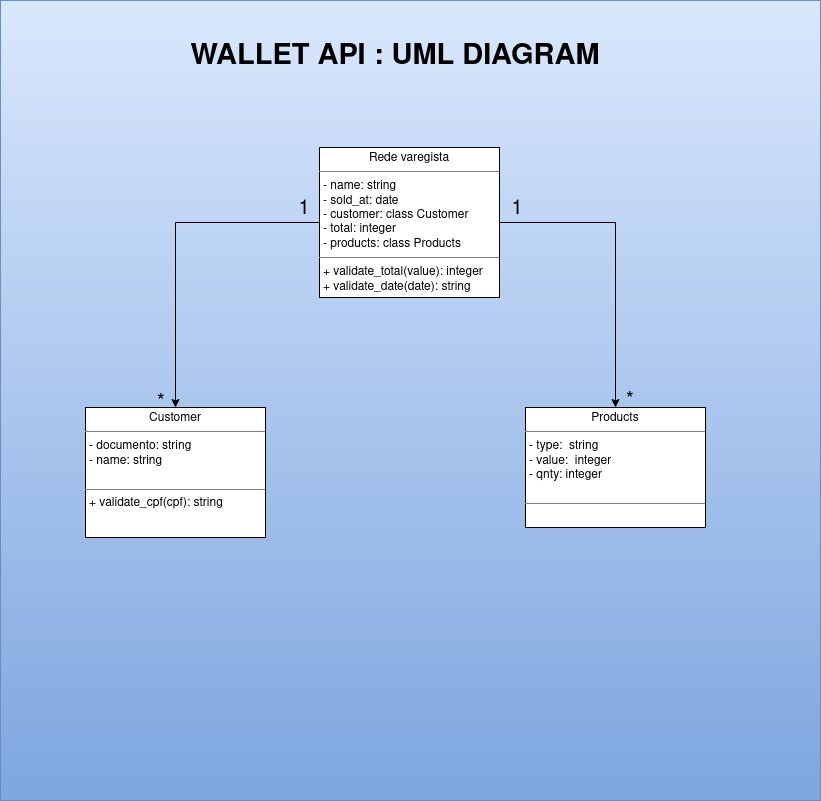
idelfrides/MaisTODOS_wallet_api keeps this draw.io diagram as utils_folder/Wallet_api_UML.png. Above is the earlier version. Source tidied: cells renumbered, new cells last; positions are measured from the earlier drawing's top-left corner, leaving out a move shared by most shapes. Source of this version:
```xml
<mxGraphModel>
  <root>
    <mxCell id="0" />
    <mxCell id="1" parent="0" />
    <mxCell id="2" style="rounded=0;whiteSpace=wrap;html=1;fillColor=#dae8fc;gradientColor=#7ea6e0;strokeColor=#6c8ebf;" parent="1" vertex="1">
      <mxGeometry width="820" height="800" as="geometry" />
    </mxCell>
    <mxCell id="3" style="edgeStyle=orthogonalEdgeStyle;rounded=0;jettySize=auto;html=1;fontSize=36;" parent="1" edge="1" source="5" target="6">
      <mxGeometry relative="1" as="geometry" />
    </mxCell>
    <mxCell id="4" style="edgeStyle=orthogonalEdgeStyle;rounded=0;jettySize=auto;html=1;exitX=1;exitY=0.5;exitDx=0;exitDy=0;fontSize=36;" parent="1" edge="1" source="5" target="7">
      <mxGeometry relative="1" as="geometry" />
    </mxCell>
    <mxCell id="5" value="&lt;p style=&quot;margin: 0px ; margin-top: 4px ; text-align: center&quot;&gt;Rede varegista&lt;/p&gt;&lt;hr size=&quot;1&quot;&gt;&lt;p style=&quot;margin: 0px ; margin-left: 4px&quot;&gt;- name: string&lt;br&gt;&lt;/p&gt;&lt;p style=&quot;margin: 0px ; margin-left: 4px&quot;&gt;- sold_at: date&lt;/p&gt;&lt;p style=&quot;margin: 0px ; margin-left: 4px&quot;&gt;- customer: class Customer&lt;/p&gt;&lt;p style=&quot;margin: 0px ; margin-left: 4px&quot;&gt;- total: integer&lt;/p&gt;&lt;p style=&quot;margin: 0px ; margin-left: 4px&quot;&gt;- products: class Products&lt;/p&gt;&lt;hr size=&quot;1&quot;&gt;&lt;p style=&quot;margin: 0px ; margin-left: 4px&quot;&gt;+ validate_total(value): integer &lt;br&gt;&lt;/p&gt;&lt;p style=&quot;margin: 0px ; margin-left: 4px&quot;&gt;+ validate_date(date): string&lt;br&gt;&lt;/p&gt;" style="verticalAlign=top;align=left;overflow=fill;fontSize=12;fontFamily=Helvetica;html=1;" parent="1" vertex="1">
      <mxGeometry x="319" y="147" width="180" height="150" as="geometry" />
    </mxCell>
    <mxCell id="6" value="&lt;p style=&quot;margin: 0px ; margin-top: 4px ; text-align: center&quot;&gt;Customer&lt;/p&gt;&lt;hr size=&quot;1&quot;&gt;&lt;p style=&quot;margin: 0px ; margin-left: 4px&quot;&gt;- documento: string&lt;br&gt;&lt;/p&gt;&lt;p style=&quot;margin: 0px ; margin-left: 4px&quot;&gt;- name: string&lt;br&gt;&lt;/p&gt;&lt;p style=&quot;margin: 0px ; margin-left: 4px&quot;&gt;&lt;br&gt;&lt;/p&gt;&lt;hr size=&quot;1&quot;&gt;&lt;p style=&quot;margin: 0px ; margin-left: 4px&quot;&gt;+ validate_cpf(cpf): string&lt;/p&gt;" style="verticalAlign=top;align=left;overflow=fill;fontSize=12;fontFamily=Helvetica;html=1;" parent="1" vertex="1">
      <mxGeometry x="85" y="407" width="180" height="130" as="geometry" />
    </mxCell>
    <mxCell id="7" value="&lt;p style=&quot;margin: 0px ; margin-top: 4px ; text-align: center&quot;&gt;Products&lt;/p&gt;&lt;hr size=&quot;1&quot;&gt;&lt;p style=&quot;margin: 0px ; margin-left: 4px&quot;&gt;- type:&amp;nbsp; string&lt;/p&gt;&lt;p style=&quot;margin: 0px ; margin-left: 4px&quot;&gt;- value:&amp;nbsp; integer&lt;/p&gt;&lt;p style=&quot;margin: 0px ; margin-left: 4px&quot;&gt;- qnty: integer&lt;/p&gt;&lt;p style=&quot;margin: 0px ; margin-left: 4px&quot;&gt;&lt;br&gt;&lt;/p&gt;&lt;hr size=&quot;1&quot;&gt;" style="verticalAlign=top;align=left;overflow=fill;fontSize=12;fontFamily=Helvetica;html=1;" parent="1" vertex="1">
      <mxGeometry x="525" y="407" width="180" height="120" as="geometry" />
    </mxCell>
    <mxCell id="8" value="&lt;span style=&quot;background-color: transparent; font-size: 29px;&quot;&gt;&lt;font style=&quot;font-size: 29px;&quot;&gt;WALLET API : UML DIAGRAM&lt;br style=&quot;font-size: 29px;&quot;&gt;&lt;/font&gt;&lt;/span&gt;" style="text;html=1;strokeColor=none;fillColor=none;align=center;verticalAlign=middle;whiteSpace=wrap;rounded=0;fontStyle=1;fontSize=29;" parent="1" vertex="1">
      <mxGeometry x="35" y="36" width="720" height="40" as="geometry" />
    </mxCell>
    <mxCell id="9" value="1" style="text;html=1;strokeColor=none;fillColor=none;align=center;verticalAlign=middle;whiteSpace=wrap;rounded=0;labelBackgroundColor=none;fontSize=20;" parent="1" vertex="1">
      <mxGeometry x="296" y="199" width="16" height="20" as="geometry" />
    </mxCell>
    <mxCell id="10" value="*" style="text;html=1;strokeColor=none;fillColor=none;align=center;verticalAlign=middle;whiteSpace=wrap;rounded=0;labelBackgroundColor=none;fontSize=20;" parent="1" vertex="1">
      <mxGeometry x="153" y="393" width="16" height="20" as="geometry" />
    </mxCell>
    <mxCell id="11" value="1" style="text;html=1;strokeColor=none;fillColor=none;align=center;verticalAlign=middle;whiteSpace=wrap;rounded=0;labelBackgroundColor=none;fontSize=20;" parent="1" vertex="1">
      <mxGeometry x="509" y="199" width="16" height="20" as="geometry" />
    </mxCell>
    <mxCell id="12" value="*" style="text;html=1;strokeColor=none;fillColor=none;align=center;verticalAlign=middle;whiteSpace=wrap;rounded=0;labelBackgroundColor=none;fontSize=20;" parent="1" vertex="1">
      <mxGeometry x="622" y="391" width="16" height="20" as="geometry" />
    </mxCell>
  </root>
</mxGraphModel>
```
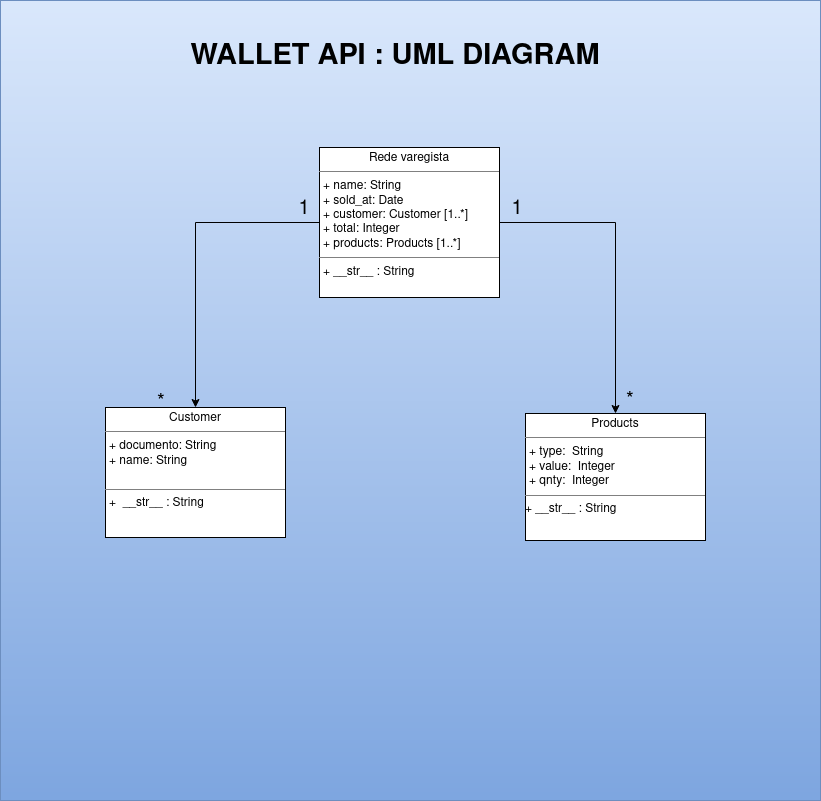
The same diagram one commit later.

Commit message:
update UML diagram

What changed in the source:
```diff
@@ -11,14 +11,14 @@
     <mxCell id="4" style="edgeStyle=orthogonalEdgeStyle;rounded=0;jettySize=auto;html=1;exitX=1;exitY=0.5;exitDx=0;exitDy=0;fontSize=36;" parent="1" edge="1" source="5" target="7">
       <mxGeometry relative="1" as="geometry" />
     </mxCell>
-    <mxCell id="5" value="&lt;p style=&quot;margin: 0px ; margin-top: 4px ; text-align: center&quot;&gt;Rede varegista&lt;/p&gt;&lt;hr size=&quot;1&quot;&gt;&lt;p style=&quot;margin: 0px ; margin-left: 4px&quot;&gt;- name: string&lt;br&gt;&lt;/p&gt;&lt;p style=&quot;margin: 0px ; margin-left: 4px&quot;&gt;- sold_at: date&lt;/p&gt;&lt;p style=&quot;margin: 0px ; margin-left: 4px&quot;&gt;- customer: class Customer&lt;/p&gt;&lt;p style=&quot;margin: 0px ; margin-left: 4px&quot;&gt;- total: integer&lt;/p&gt;&lt;p style=&quot;margin: 0px ; margin-left: 4px&quot;&gt;- products: class Products&lt;/p&gt;&lt;hr size=&quot;1&quot;&gt;&lt;p style=&quot;margin: 0px ; margin-left: 4px&quot;&gt;+ validate_total(value): integer &lt;br&gt;&lt;/p&gt;&lt;p style=&quot;margin: 0px ; margin-left: 4px&quot;&gt;+ validate_date(date): string&lt;br&gt;&lt;/p&gt;" style="verticalAlign=top;align=left;overflow=fill;fontSize=12;fontFamily=Helvetica;html=1;" parent="1" vertex="1">
+    <mxCell id="5" value="&lt;p style=&quot;margin: 0px ; margin-top: 4px ; text-align: center&quot;&gt;Rede varegista&lt;/p&gt;&lt;hr size=&quot;1&quot;&gt;&lt;p style=&quot;margin: 0px ; margin-left: 4px&quot;&gt;+ name: String&lt;br&gt;&lt;/p&gt;&lt;p style=&quot;margin: 0px ; margin-left: 4px&quot;&gt;+ sold_at: Date&lt;/p&gt;&lt;p style=&quot;margin: 0px ; margin-left: 4px&quot;&gt;+ customer: Customer [1..*]&lt;/p&gt;&lt;p style=&quot;margin: 0px ; margin-left: 4px&quot;&gt;+ total: Integer&lt;/p&gt;&lt;p style=&quot;margin: 0px ; margin-left: 4px&quot;&gt;+ products: Products [1..*]&lt;br&gt;&lt;/p&gt;&lt;hr size=&quot;1&quot;&gt;&lt;p style=&quot;margin: 0px ; margin-left: 4px&quot;&gt;+ __str__ : String&lt;br&gt;&lt;/p&gt;" style="verticalAlign=top;align=left;overflow=fill;fontSize=12;fontFamily=Helvetica;html=1;" parent="1" vertex="1">
       <mxGeometry x="319" y="147" width="180" height="150" as="geometry" />
     </mxCell>
-    <mxCell id="6" value="&lt;p style=&quot;margin: 0px ; margin-top: 4px ; text-align: center&quot;&gt;Customer&lt;/p&gt;&lt;hr size=&quot;1&quot;&gt;&lt;p style=&quot;margin: 0px ; margin-left: 4px&quot;&gt;- documento: string&lt;br&gt;&lt;/p&gt;&lt;p style=&quot;margin: 0px ; margin-left: 4px&quot;&gt;- name: string&lt;br&gt;&lt;/p&gt;&lt;p style=&quot;margin: 0px ; margin-left: 4px&quot;&gt;&lt;br&gt;&lt;/p&gt;&lt;hr size=&quot;1&quot;&gt;&lt;p style=&quot;margin: 0px ; margin-left: 4px&quot;&gt;+ validate_cpf(cpf): string&lt;/p&gt;" style="verticalAlign=top;align=left;overflow=fill;fontSize=12;fontFamily=Helvetica;html=1;" parent="1" vertex="1">
-      <mxGeometry x="85" y="407" width="180" height="130" as="geometry" />
+    <mxCell id="6" value="&lt;p style=&quot;margin: 0px ; margin-top: 4px ; text-align: center&quot;&gt;Customer&lt;/p&gt;&lt;hr size=&quot;1&quot;&gt;&lt;p style=&quot;margin: 0px ; margin-left: 4px&quot;&gt;+ documento: String&lt;br&gt;&lt;/p&gt;&lt;p style=&quot;margin: 0px ; margin-left: 4px&quot;&gt;+ name: String&lt;br&gt;&lt;/p&gt;&lt;p style=&quot;margin: 0px ; margin-left: 4px&quot;&gt;&lt;br&gt;&lt;/p&gt;&lt;hr size=&quot;1&quot;&gt;&lt;p style=&quot;margin: 0px ; margin-left: 4px&quot;&gt;+&amp;nbsp; __str__ : String&lt;br&gt;&lt;/p&gt;" style="verticalAlign=top;align=left;overflow=fill;fontSize=12;fontFamily=Helvetica;html=1;" parent="1" vertex="1">
+      <mxGeometry x="105" y="407" width="180" height="130" as="geometry" />
     </mxCell>
-    <mxCell id="7" value="&lt;p style=&quot;margin: 0px ; margin-top: 4px ; text-align: center&quot;&gt;Products&lt;/p&gt;&lt;hr size=&quot;1&quot;&gt;&lt;p style=&quot;margin: 0px ; margin-left: 4px&quot;&gt;- type:&amp;nbsp; string&lt;/p&gt;&lt;p style=&quot;margin: 0px ; margin-left: 4px&quot;&gt;- value:&amp;nbsp; integer&lt;/p&gt;&lt;p style=&quot;margin: 0px ; margin-left: 4px&quot;&gt;- qnty: integer&lt;/p&gt;&lt;p style=&quot;margin: 0px ; margin-left: 4px&quot;&gt;&lt;br&gt;&lt;/p&gt;&lt;hr size=&quot;1&quot;&gt;" style="verticalAlign=top;align=left;overflow=fill;fontSize=12;fontFamily=Helvetica;html=1;" parent="1" vertex="1">
-      <mxGeometry x="525" y="407" width="180" height="120" as="geometry" />
+    <mxCell id="7" value="&lt;p style=&quot;margin: 0px ; margin-top: 4px ; text-align: center&quot;&gt;Products&lt;/p&gt;&lt;hr size=&quot;1&quot;&gt;&lt;p style=&quot;margin: 0px ; margin-left: 4px&quot;&gt;+ type:&amp;nbsp; String&lt;/p&gt;&lt;p style=&quot;margin: 0px ; margin-left: 4px&quot;&gt;+ value:&amp;nbsp; Integer&lt;/p&gt;&lt;p style=&quot;margin: 0px ; margin-left: 4px&quot;&gt;+ qnty:&amp;nbsp; Integer&lt;/p&gt;&lt;hr size=&quot;1&quot;&gt;&lt;div&gt;+ __str__ : String&lt;br&gt;&lt;/div&gt;" style="verticalAlign=middle;align=left;overflow=fill;fontSize=12;fontFamily=Helvetica;html=1;" parent="1" vertex="1">
+      <mxGeometry x="525" y="413" width="180" height="127" as="geometry" />
     </mxCell>
     <mxCell id="8" value="&lt;span style=&quot;background-color: transparent; font-size: 29px;&quot;&gt;&lt;font style=&quot;font-size: 29px;&quot;&gt;WALLET API : UML DIAGRAM&lt;br style=&quot;font-size: 29px;&quot;&gt;&lt;/font&gt;&lt;/span&gt;" style="text;html=1;strokeColor=none;fillColor=none;align=center;verticalAlign=middle;whiteSpace=wrap;rounded=0;fontStyle=1;fontSize=29;" parent="1" vertex="1">
       <mxGeometry x="35" y="36" width="720" height="40" as="geometry" />
```
